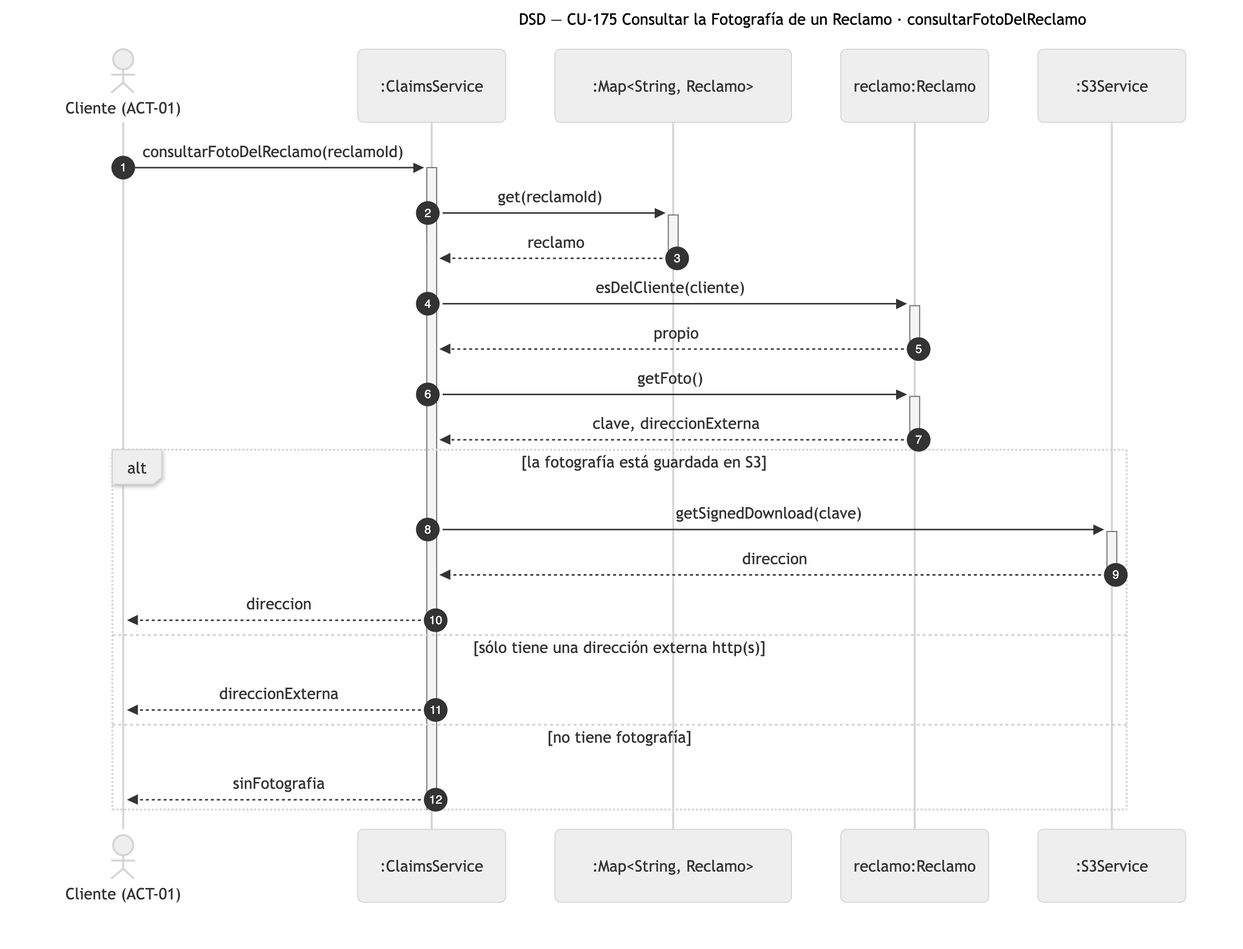
Earlier version of the Mermaid export diagramas/png/DSD_CU-175_consultarFotoDelReclamo.png (Nahuelito-Dev/splg-docs). Its source is kept beside it as diagramas/DSD_CU-175_consultarFotoDelReclamo.mmd.
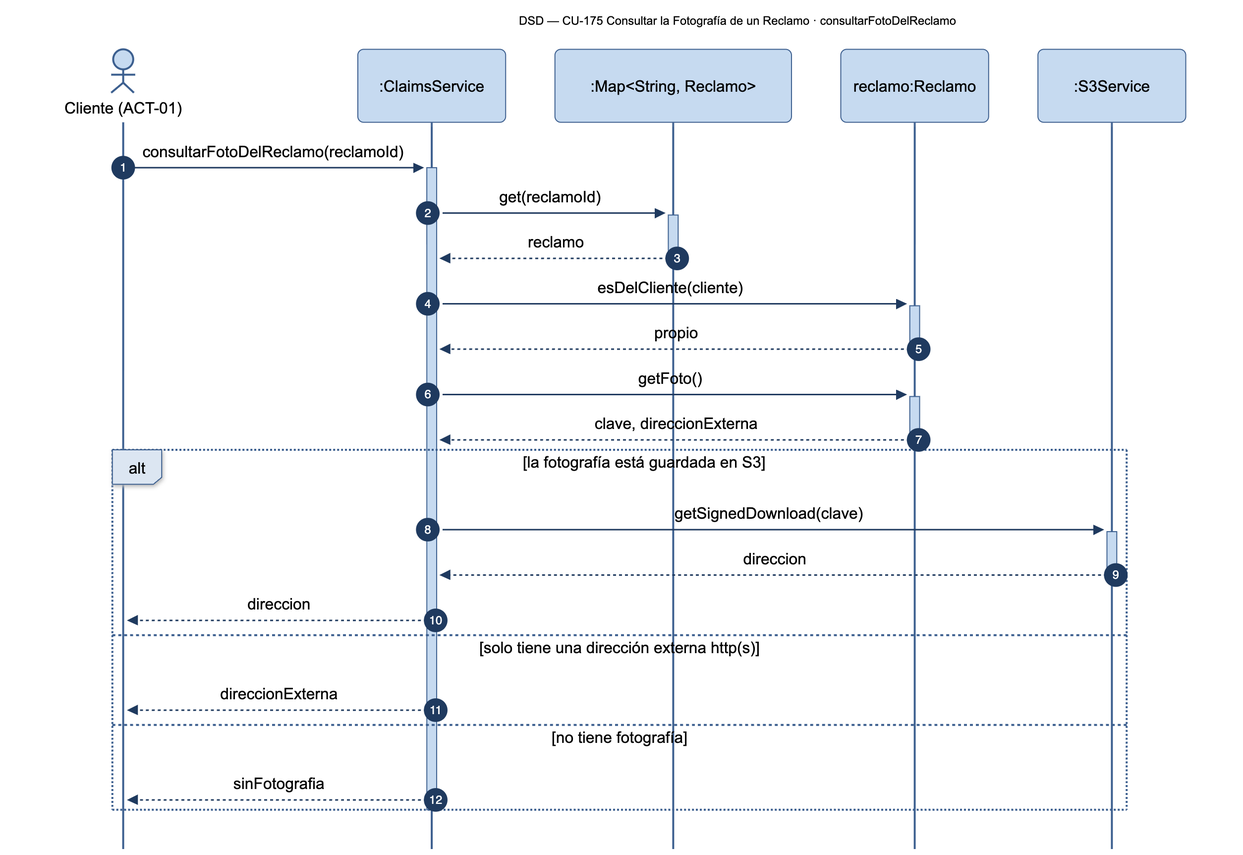
Later version of the same file.

The edit, as a diff of the source:
```diff
@@ -18,7 +18,7 @@
         SRV->>+S3: getSignedDownload(clave)
         S3-->>-SRV: direccion
         SRV-->>CLI: direccion
-    else sólo tiene una dirección externa http(s)
+    else solo tiene una dirección externa http(s)
         SRV-->>CLI: direccionExterna
     else no tiene fotografía
         SRV-->>CLI: sinFotografia
```
